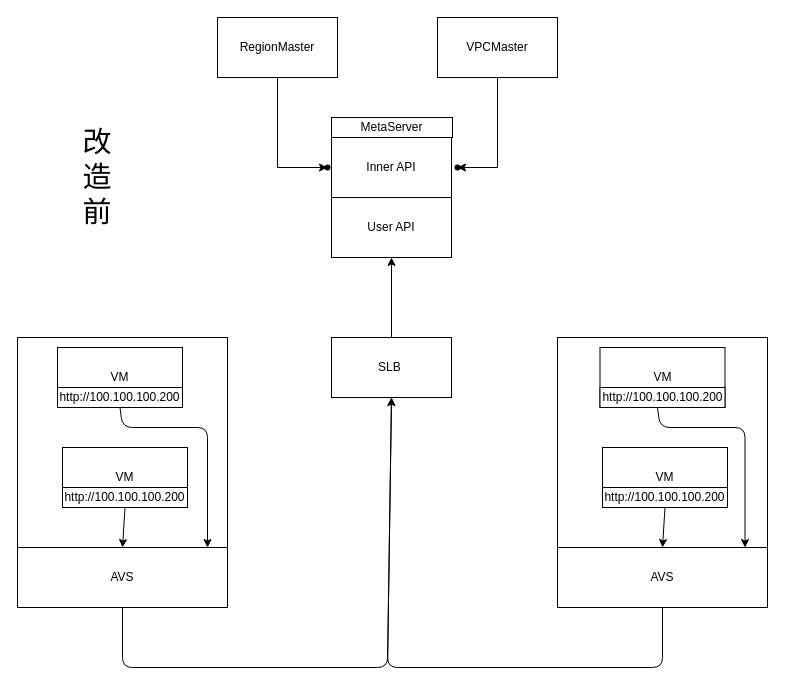
The draw.io diagram page "Page-2" (2 of 4) of about/Untitled Diagram.drawio in acewzj/post_md, before the edit. Source tidied: cells renumbered, new cells numbered last; positions are measured from the earlier drawing's top-left corner, leaving out a move shared by most shapes. Both pictures are drawn from the tidied source at 100%, with x=0, y=0 at pixel (17, 17).
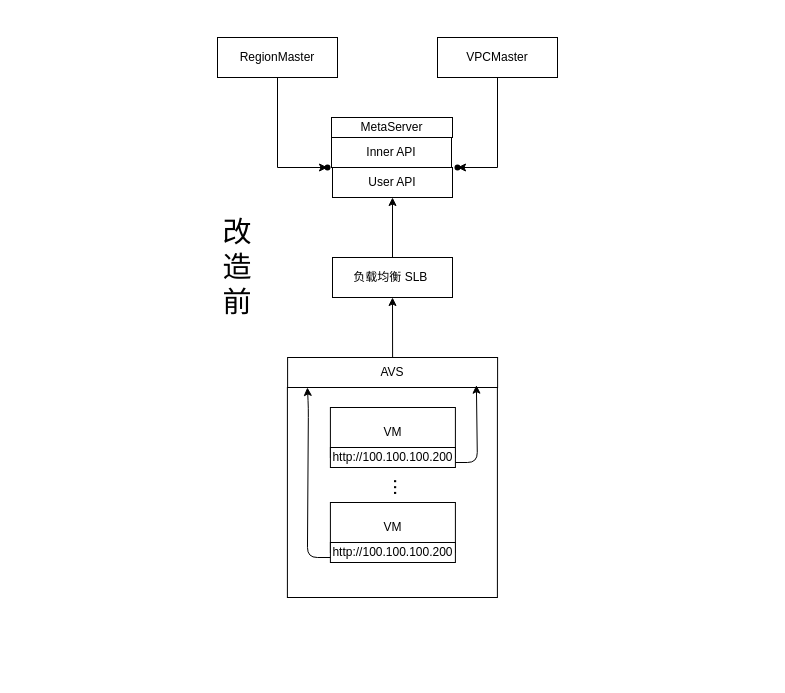
After the change.

Change to the diagram source:
```diff
@@
     <mxCell id="3" value="Inner API" style="rounded=0;whiteSpace=wrap;html=1;" parent="1" vertex="1">
-      <mxGeometry x="314" y="120" width="120" height="60" as="geometry" />
+      <mxGeometry x="314" y="120" width="120" height="30" as="geometry" />
     </mxCell>
@@
     <mxCell id="5" value="RegionMaster" style="rounded=0;whiteSpace=wrap;html=1;" parent="1" vertex="1">
-      <mxGeometry x="200" width="120" height="60" as="geometry" />
+      <mxGeometry x="200" y="20" width="120" height="40" as="geometry" />
     </mxCell>
@@
     <mxCell id="7" value="VPCMaster" style="rounded=0;whiteSpace=wrap;html=1;" parent="1" vertex="1">
-      <mxGeometry x="420" width="120" height="60" as="geometry" />
+      <mxGeometry x="420" y="20" width="120" height="40" as="geometry" />
     </mxCell>
-    <mxCell id="8" value="SLB&amp;nbsp;" style="rounded=0;whiteSpace=wrap;html=1;" parent="1" vertex="1">
-      <mxGeometry x="314" y="320" width="120" height="60" as="geometry" />
+    <mxCell id="8" value="负载均衡 SLB&amp;nbsp;" style="rounded=0;whiteSpace=wrap;html=1;" parent="1" vertex="1">
+      <mxGeometry x="315" y="240" width="120" height="40" as="geometry" />
     </mxCell>
     <mxCell id="9" style="whiteSpace=wrap;html=1;" parent="1" vertex="1">
-      <mxGeometry y="320" width="210" height="210" as="geometry" />
+      <mxGeometry x="269.9" y="370" width="210" height="210" as="geometry" />
     </mxCell>
-    <mxCell id="10" value="VM" style="rounded=0;whiteSpace=wrap;html=1;" parent="1" vertex="1">
-      <mxGeometry x="40" y="330" width="125" height="60" as="geometry" />
-    </mxCell>
     <mxCell id="11" value="VM" style="rounded=0;whiteSpace=wrap;html=1;" parent="1" vertex="1">
-      <mxGeometry x="45" y="430" width="125" height="60" as="geometry" />
+      <mxGeometry x="312.9" y="390" width="125" height="50" as="geometry" />
     </mxCell>
     <mxCell id="12" value="AVS" style="rounded=0;whiteSpace=wrap;html=1;" parent="1" vertex="1">
-      <mxGeometry y="530" width="210" height="60" as="geometry" />
+      <mxGeometry x="270.1" y="340" width="210" height="30" as="geometry" />
     </mxCell>
     <mxCell id="13" value="http://100.100.100.200" style="rounded=0;whiteSpace=wrap;html=1;" parent="1" vertex="1">
-      <mxGeometry x="45" y="470" width="125" height="20" as="geometry" />
+      <mxGeometry x="312.9" y="430" width="125" height="20" as="geometry" />
     </mxCell>
     <mxCell id="14" value="User API" style="rounded=0;whiteSpace=wrap;html=1;" parent="1" vertex="1">
-      <mxGeometry x="314" y="180" width="120" height="60" as="geometry" />
+      <mxGeometry x="315" y="150" width="120" height="30" as="geometry" />
     </mxCell>
@@
-    <mxCell id="17" style="endArrow=classic;html=1;entryX=0.5;entryY=0;entryDx=0;entryDy=0;" parent="1" edge="1" source="9" target="12">
-      <mxGeometry relative="1" as="geometry" />
-    </mxCell>
-    <mxCell id="18" style="endArrow=classic;html=1;exitX=0.5;exitY=1;exitDx=0;exitDy=0;entryX=0.5;entryY=0;entryDx=0;entryDy=0;" parent="1" edge="1" source="13" target="12">
-      <mxGeometry relative="1" as="geometry" />
-    </mxCell>
-    <mxCell id="19" style="endArrow=classic;html=1;exitX=0.5;exitY=1;exitDx=0;exitDy=0;entryX=0.5;entryY=1;entryDx=0;entryDy=0;" parent="1" edge="1" source="12" target="8">
-      <mxGeometry relative="1" as="geometry">
-        <Array as="points">
-          <mxPoint x="105" y="650" />
-          <mxPoint x="370" y="650" />
-        </Array>
-      </mxGeometry>
-    </mxCell>
@@
     <mxCell id="21" value="&lt;font style=&quot;font-size: 29px&quot;&gt;改造前&lt;/font&gt;" style="text;html=1;strokeColor=none;fillColor=none;align=center;verticalAlign=middle;whiteSpace=wrap;rounded=0;" parent="1" vertex="1">
-      <mxGeometry x="60" y="150" width="40" height="20" as="geometry" />
+      <mxGeometry x="200" y="240" width="40" height="20" as="geometry" />
     </mxCell>
-    <mxCell id="22" style="whiteSpace=wrap;html=1;" parent="1" vertex="1">
-      <mxGeometry x="540" y="320" width="210" height="210" as="geometry" />
-    </mxCell>
-    <mxCell id="23" value="VM" style="rounded=0;whiteSpace=wrap;html=1;" parent="1" vertex="1">
-      <mxGeometry x="582.5" y="330" width="125" height="60" as="geometry" />
-    </mxCell>
-    <mxCell id="24" value="VM" style="rounded=0;whiteSpace=wrap;html=1;" parent="1" vertex="1">
-      <mxGeometry x="585" y="430" width="125" height="60" as="geometry" />
-    </mxCell>
-    <mxCell id="25" value="AVS" style="rounded=0;whiteSpace=wrap;html=1;" parent="1" vertex="1">
-      <mxGeometry x="540" y="530" width="210" height="60" as="geometry" />
-    </mxCell>
-    <mxCell id="26" value="http://100.100.100.200" style="rounded=0;whiteSpace=wrap;html=1;" parent="1" vertex="1">
-      <mxGeometry x="585" y="470" width="125" height="20" as="geometry" />
-    </mxCell>
-    <mxCell id="27" style="endArrow=classic;html=1;entryX=0.5;entryY=0;entryDx=0;entryDy=0;" parent="1" edge="1" source="22" target="25">
-      <mxGeometry relative="1" as="geometry" />
-    </mxCell>
-    <mxCell id="28" style="endArrow=classic;html=1;exitX=0.5;exitY=1;exitDx=0;exitDy=0;entryX=0.5;entryY=0;entryDx=0;entryDy=0;" parent="1" edge="1" source="26" target="25">
-      <mxGeometry relative="1" as="geometry" />
-    </mxCell>
-    <mxCell id="29" style="endArrow=classic;html=1;exitX=0.5;exitY=1;exitDx=0;exitDy=0;entryX=0.5;entryY=1;entryDx=0;entryDy=0;" parent="1" edge="1" source="25" target="8">
-      <mxGeometry relative="1" as="geometry">
-        <Array as="points">
-          <mxPoint x="645" y="650" />
-          <mxPoint x="370" y="650" />
-        </Array>
-      </mxGeometry>
-    </mxCell>
-    <mxCell id="30" style="endArrow=classic;html=1;exitX=0.5;exitY=1;exitDx=0;exitDy=0;" parent="1" edge="1" source="10">
-      <mxGeometry relative="1" as="geometry">
-        <mxPoint x="190" y="530" as="targetPoint" />
-        <Array as="points">
-          <mxPoint x="105" y="410" />
-          <mxPoint x="190" y="410" />
-          <mxPoint x="190" y="530" />
-        </Array>
-      </mxGeometry>
-    </mxCell>
-    <mxCell id="31" value="http://100.100.100.200" style="rounded=0;whiteSpace=wrap;html=1;" parent="1" vertex="1">
-      <mxGeometry x="40" y="370" width="125" height="20" as="geometry" />
-    </mxCell>
-    <mxCell id="32" style="endArrow=classic;html=1;exitX=0.5;exitY=1;exitDx=0;exitDy=0;" parent="1" edge="1">
-      <mxGeometry relative="1" as="geometry">
-        <mxPoint x="640" y="390" as="sourcePoint" />
-        <mxPoint x="727.5" y="530" as="targetPoint" />
-        <Array as="points">
-          <mxPoint x="642.5" y="410" />
-          <mxPoint x="727.5" y="410" />
-          <mxPoint x="727.5" y="530" />
-        </Array>
-      </mxGeometry>
-    </mxCell>
-    <mxCell id="33" value="http://100.100.100.200" style="rounded=0;whiteSpace=wrap;html=1;" parent="1" vertex="1">
-      <mxGeometry x="582.5" y="370" width="125" height="20" as="geometry" />
-    </mxCell>
+    <mxCell id="34" value="VM" style="rounded=0;whiteSpace=wrap;html=1;" parent="1" vertex="1">
+      <mxGeometry x="312.9" y="485" width="125" height="50" as="geometry" />
+    </mxCell>
+    <mxCell id="35" value="http://100.100.100.200" style="rounded=0;whiteSpace=wrap;html=1;" parent="1" vertex="1">
+      <mxGeometry x="312.9" y="525" width="125" height="20" as="geometry" />
+    </mxCell>
+    <mxCell id="36" value="&lt;font style=&quot;font-size: 21px&quot;&gt;...&lt;/font&gt;" style="text;html=1;strokeColor=none;fillColor=none;align=center;verticalAlign=middle;whiteSpace=wrap;rounded=0;rotation=90;direction=south;" parent="1" vertex="1">
+      <mxGeometry x="374.9" y="450" width="20" height="40" as="geometry" />
+    </mxCell>
+    <mxCell id="37" style="endArrow=classic;html=1;" parent="1" edge="1">
+      <mxGeometry relative="1" as="geometry">
+        <mxPoint x="312.9" y="540" as="sourcePoint" />
+        <mxPoint x="289.9" y="370" as="targetPoint" />
+        <Array as="points">
+          <mxPoint x="312.9" y="540" />
+          <mxPoint x="289.9" y="540" />
+          <mxPoint x="290.9" y="390" />
+        </Array>
+      </mxGeometry>
+    </mxCell>
+    <mxCell id="38" style="endArrow=classic;html=1;exitX=1;exitY=0.75;exitDx=0;exitDy=0;entryX=0.9;entryY=-0.011;entryDx=0;entryDy=0;entryPerimeter=0;" parent="1" edge="1" source="13" target="9">
+      <mxGeometry relative="1" as="geometry">
+        <Array as="points">
+          <mxPoint x="459.9" y="445" />
+        </Array>
+      </mxGeometry>
+    </mxCell>
+    <mxCell id="19" style="endArrow=classic;html=1;exitX=0.5;exitY=0;exitDx=0;exitDy=0;entryX=0.5;entryY=1;entryDx=0;entryDy=0;" parent="1" edge="1" source="12" target="8">
+      <mxGeometry relative="1" as="geometry" />
+    </mxCell>
```
